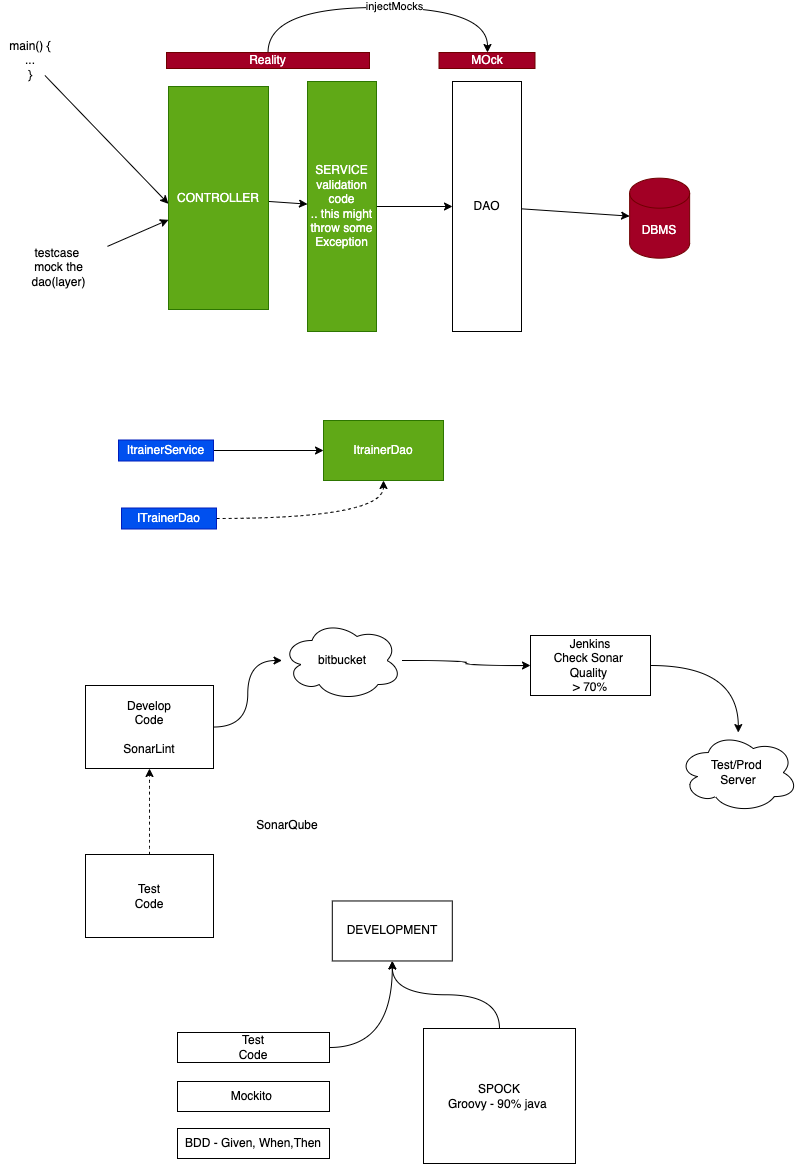
This is images/day9.drawio.png from adithnaveen/2022-jul-asde-jfs-sapient, a draw.io export, as it was before one commit. Source tidied: cells renumbered, new cells last; positions are measured from the earlier drawing's top-left corner, leaving out a move shared by most shapes.
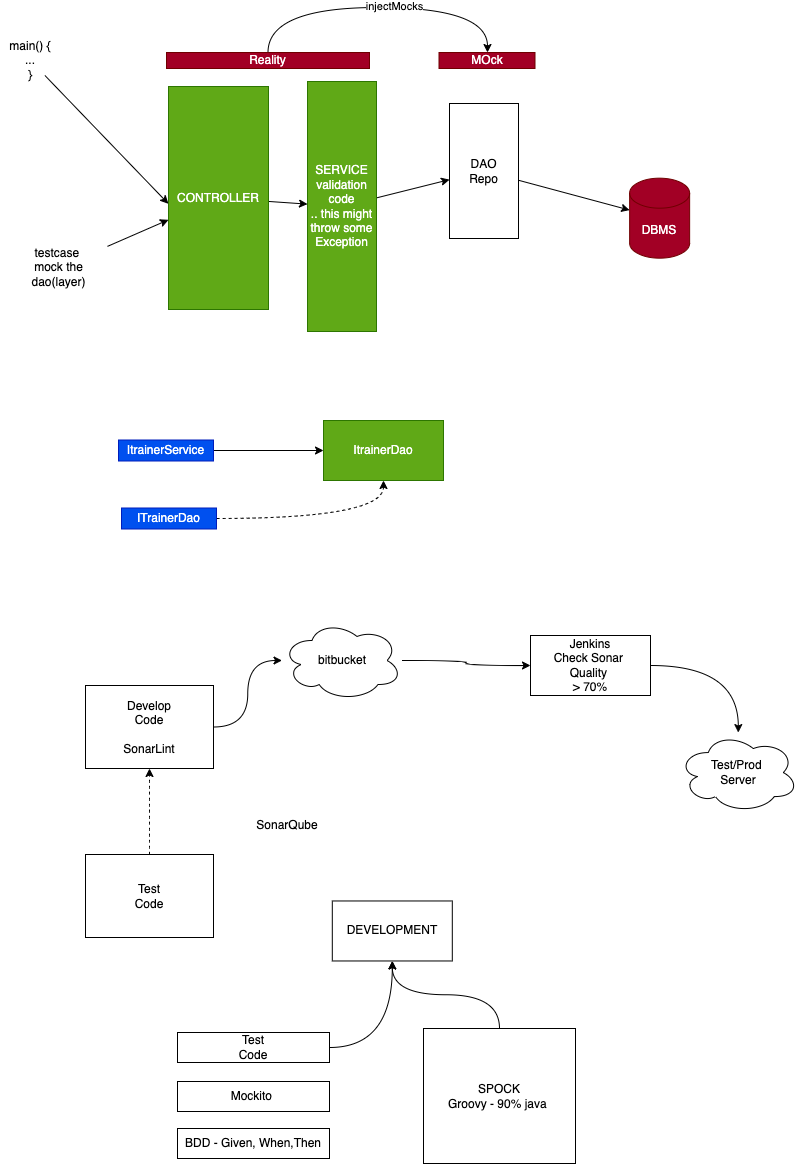
After the change.

Change to the diagram source:
```diff
@@ -5,8 +5,8 @@
     <mxCell id="2" style="edgeStyle=none;html=1;" parent="1" edge="1" source="3" target="4">
       <mxGeometry relative="1" as="geometry" />
     </mxCell>
-    <mxCell id="3" value="DAO" style="rounded=0;whiteSpace=wrap;html=1;fillColor=none;" parent="1" vertex="1">
-      <mxGeometry x="452" y="74" width="69" height="250" as="geometry" />
+    <mxCell id="3" value="DAO&lt;br&gt;Repo" style="rounded=0;whiteSpace=wrap;html=1;fillColor=none;" parent="1" vertex="1">
+      <mxGeometry x="449" y="96" width="69" height="135" as="geometry" />
     </mxCell>
     <mxCell id="4" value="DBMS" style="shape=cylinder3;whiteSpace=wrap;html=1;boundedLbl=1;backgroundOutline=1;size=15;fillColor=#a20025;fontColor=#ffffff;strokeColor=#6F0000;" parent="1" vertex="1">
       <mxGeometry x="629.1" y="170.7" width="60" height="80" as="geometry" />
```
